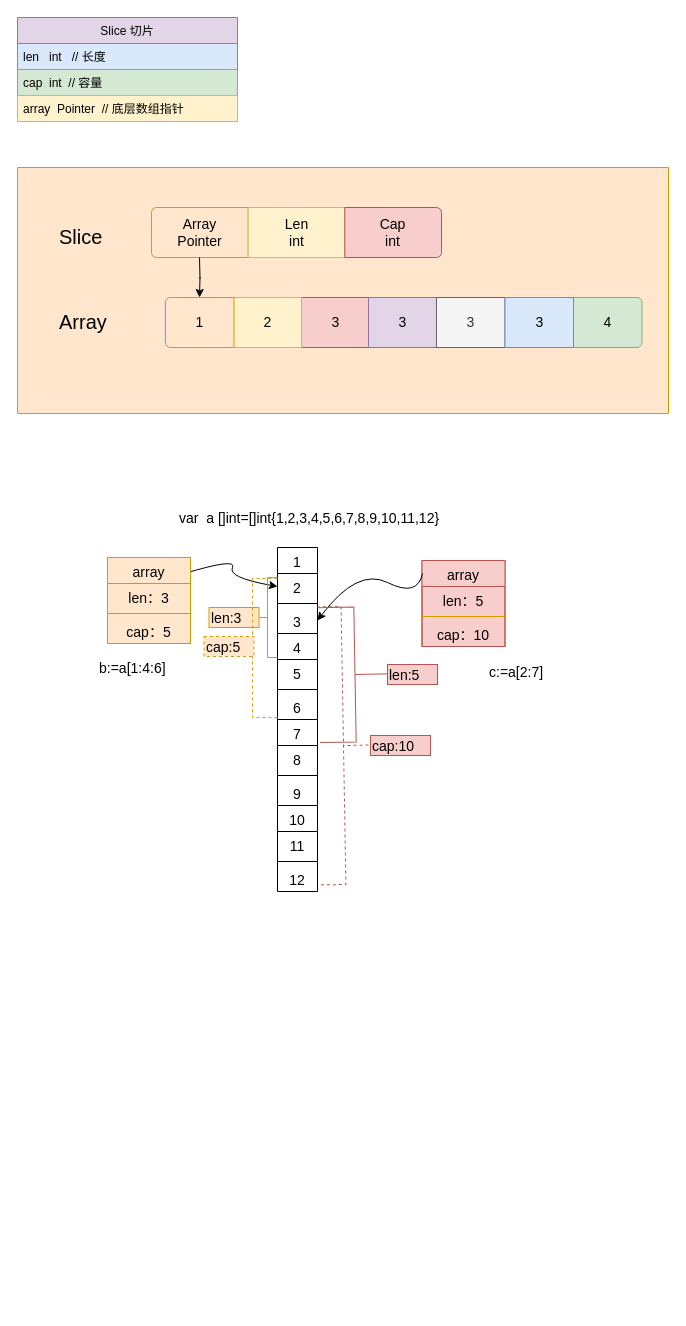
ly520/golanghalf keeps this draw.io diagram as images/slice.drawio. Above is the earlier version. Source tidied: cells renumbered, new cells numbered last; positions are measured from the earlier drawing's top-left corner, leaving out a move shared by most shapes. Both pictures are drawn from the tidied source at 100%, with x=0, y=0 at pixel (17, 17).
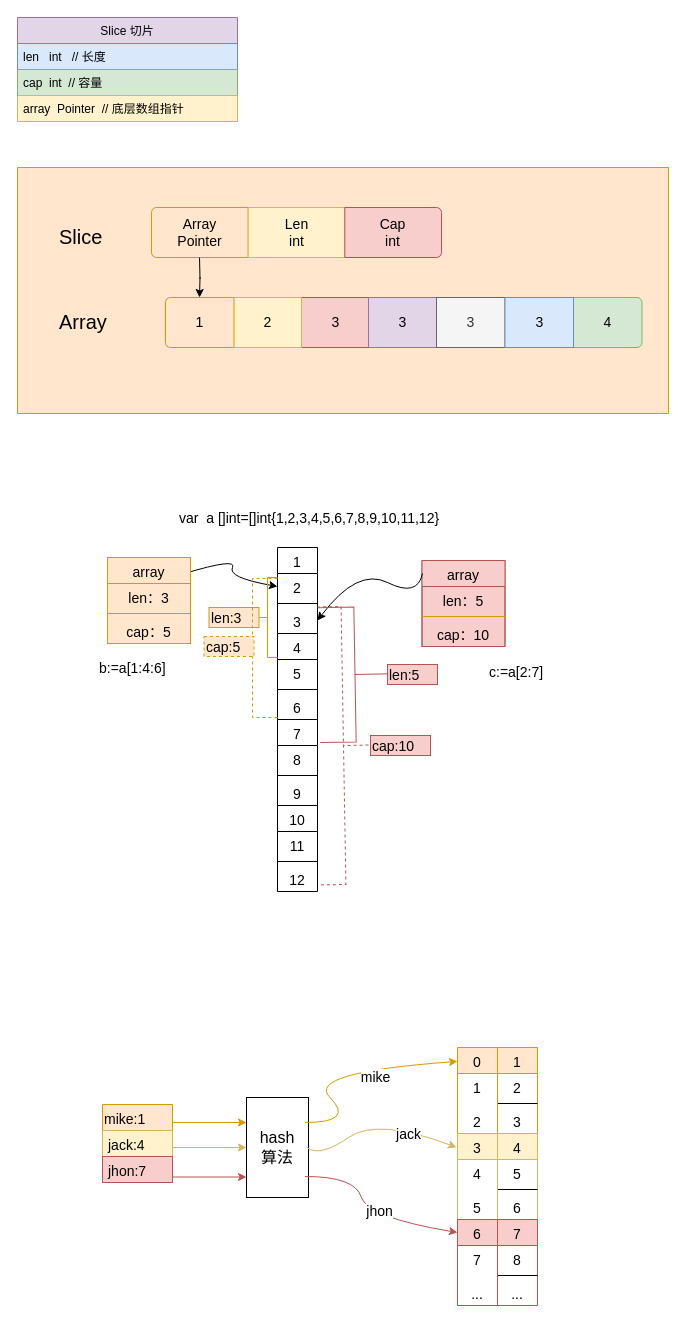
The same page after the edit.

Diff of the diagram source:
```diff
@@
+    <mxCell id="63" value="hash &lt;br style=&quot;font-size: 16px;&quot;&gt;算法" style="rounded=0;whiteSpace=wrap;html=1;fontSize=16;" parent="1" vertex="1">
+      <mxGeometry x="229" y="1080" width="62" height="100" as="geometry" />
+    </mxCell>
+    <mxCell id="64" style="group;" parent="1" vertex="1">
+      <mxGeometry x="85" y="1087" width="70" height="86" as="geometry" />
+    </mxCell>
+    <mxCell id="65" value="mike:1" style="swimlane;fontStyle=0;align=left;verticalAlign=top;horizontal=1;startSize=26;fontSize=14;fillColor=#ffe6cc;strokeColor=#d79b00;" parent="64" vertex="1">
+      <mxGeometry width="70" height="78" as="geometry" />
+    </mxCell>
+    <mxCell id="66" value="jack:4" style="text;strokeColor=#d6b656;fillColor=#fff2cc;align=left;verticalAlign=top;spacingLeft=4;spacingRight=4;overflow=hidden;fontSize=14;fontStyle=0;" parent="65" vertex="1">
+      <mxGeometry y="26" width="70" height="26" as="geometry" />
+    </mxCell>
+    <mxCell id="67" value="jhon:7" style="text;strokeColor=#b85450;fillColor=#f8cecc;align=left;verticalAlign=top;spacingLeft=4;spacingRight=4;overflow=hidden;fontSize=14;fontStyle=0;" parent="65" vertex="1">
+      <mxGeometry y="52" width="70" height="26" as="geometry" />
+    </mxCell>
+    <mxCell id="68" style="endArrow=classic;html=1;fontSize=14;entryX=0;entryY=0.25;entryDx=0;entryDy=0;fillColor=#ffe6cc;strokeColor=#d79b00;" parent="1" edge="1" target="63">
+      <mxGeometry relative="1" as="geometry">
+        <mxPoint x="155" y="1105" as="sourcePoint" />
+      </mxGeometry>
+    </mxCell>
+    <mxCell id="69" style="endArrow=classic;html=1;fontSize=14;entryX=0;entryY=0.25;entryDx=0;entryDy=0;fillColor=#fff2cc;strokeColor=#d6b656;" parent="1" edge="1">
+      <mxGeometry relative="1" as="geometry">
+        <mxPoint x="155" y="1130" as="sourcePoint" />
+        <mxPoint x="229" y="1130" as="targetPoint" />
+      </mxGeometry>
+    </mxCell>
+    <mxCell id="70" style="endArrow=classic;html=1;fontSize=14;entryX=0;entryY=0.25;entryDx=0;entryDy=0;strokeColor=#b85450;rounded=0;fillColor=#f8cecc;" parent="1" edge="1">
+      <mxGeometry relative="1" as="geometry">
+        <mxPoint x="155" y="1159.5" as="sourcePoint" />
+        <mxPoint x="229" y="1159.5" as="targetPoint" />
+      </mxGeometry>
+    </mxCell>
+    <mxCell id="71" style="curved=1;endArrow=classic;html=1;strokeColor=#d79b00;fontSize=14;entryX=0;entryY=0.054;entryDx=0;entryDy=0;entryPerimeter=0;fillColor=#ffe6cc;" parent="1" edge="1" target="90">
+      <mxGeometry relative="1" as="geometry">
+        <mxPoint x="287.5" y="1105" as="sourcePoint" />
+        <Array as="points">
+          <mxPoint x="337.5" y="1105" />
+          <mxPoint x="287.5" y="1055" />
+        </Array>
+      </mxGeometry>
+    </mxCell>
+    <mxCell id="72" value="mike" style="text;html=1;align=center;verticalAlign=middle;labelBackgroundColor=#ffffff;fontSize=14;" parent="71" vertex="1">
+      <mxGeometry x="0.39" y="-10" relative="1" as="geometry" />
+    </mxCell>
+    <mxCell id="73" style="curved=1;endArrow=classic;html=1;strokeColor=#d6b656;fontSize=14;fillColor=#fff2cc;entryX=-0.025;entryY=0.081;entryDx=0;entryDy=0;entryPerimeter=0;" parent="1" edge="1" target="94">
+      <mxGeometry relative="1" as="geometry">
+        <mxPoint x="289.5" y="1130" as="sourcePoint" />
+        <Array as="points">
+          <mxPoint x="302" y="1140" />
+          <mxPoint x="360" y="1100" />
+        </Array>
+      </mxGeometry>
+    </mxCell>
+    <mxCell id="74" value="jack" style="text;html=1;align=center;verticalAlign=middle;labelBackgroundColor=#ffffff;fontSize=14;" parent="73" vertex="1">
+      <mxGeometry x="0.42" y="-5" relative="1" as="geometry" />
+    </mxCell>
+    <mxCell id="75" style="group;" parent="1" vertex="1">
+      <mxGeometry x="440" y="1030" width="80" height="258" as="geometry" />
+    </mxCell>
+    <mxCell id="76" style="group;" parent="75" vertex="1">
+      <mxGeometry x="40" width="40" height="258" as="geometry" />
+    </mxCell>
+    <mxCell id="77" value="1" style="swimlane;fontStyle=0;align=center;verticalAlign=top;horizontal=1;startSize=26;fontSize=14;fillColor=#ffe6cc;strokeColor=#d79b00;" parent="76" vertex="1">
+      <mxGeometry width="40" height="258" as="geometry" />
+    </mxCell>
+    <mxCell id="78" value="2" style="text;strokeColor=none;fillColor=none;align=center;verticalAlign=top;spacingLeft=4;spacingRight=4;overflow=hidden;fontSize=14;" parent="77" vertex="1">
+      <mxGeometry y="26" width="40" height="26" as="geometry" />
+    </mxCell>
+    <mxCell id="79" style="line;strokeWidth=1;fillColor=none;align=center;verticalAlign=middle;spacingTop=-1;spacingLeft=3;spacingRight=3;labelPosition=right;fontSize=14;" parent="77" vertex="1">
+      <mxGeometry y="52" width="40" height="8" as="geometry" />
+    </mxCell>
+    <mxCell id="80" value="3" style="text;strokeColor=none;fillColor=none;align=center;verticalAlign=top;spacingLeft=4;spacingRight=4;overflow=hidden;fontSize=14;" parent="77" vertex="1">
+      <mxGeometry y="60" width="40" height="26" as="geometry" />
+    </mxCell>
+    <mxCell id="81" value="4" style="swimlane;fontStyle=0;align=center;verticalAlign=top;horizontal=1;startSize=26;fontSize=14;fillColor=#fff2cc;strokeColor=#d6b656;" parent="77" vertex="1">
+      <mxGeometry y="86" width="40" height="172" as="geometry" />
+    </mxCell>
+    <mxCell id="82" value="5" style="text;strokeColor=none;fillColor=none;align=center;verticalAlign=top;spacingLeft=4;spacingRight=4;overflow=hidden;fontSize=14;" parent="81" vertex="1">
+      <mxGeometry y="26" width="40" height="26" as="geometry" />
+    </mxCell>
+    <mxCell id="83" style="line;strokeWidth=1;fillColor=none;align=center;verticalAlign=middle;spacingTop=-1;spacingLeft=3;spacingRight=3;labelPosition=right;fontSize=14;" parent="81" vertex="1">
+      <mxGeometry y="52" width="40" height="8" as="geometry" />
+    </mxCell>
+    <mxCell id="84" value="6" style="text;strokeColor=none;fillColor=none;align=center;verticalAlign=top;spacingLeft=4;spacingRight=4;overflow=hidden;fontSize=14;" parent="81" vertex="1">
+      <mxGeometry y="60" width="40" height="26" as="geometry" />
+    </mxCell>
+    <mxCell id="85" value="7" style="swimlane;fontStyle=0;align=center;verticalAlign=top;horizontal=1;startSize=26;fontSize=14;fillColor=#f8cecc;strokeColor=#b85450;" parent="81" vertex="1">
+      <mxGeometry y="86" width="40" height="86" as="geometry" />
+    </mxCell>
+    <mxCell id="86" value="8" style="text;strokeColor=none;fillColor=none;align=center;verticalAlign=top;spacingLeft=4;spacingRight=4;overflow=hidden;fontSize=14;" parent="85" vertex="1">
+      <mxGeometry y="26" width="40" height="26" as="geometry" />
+    </mxCell>
+    <mxCell id="87" style="line;strokeWidth=1;fillColor=none;align=center;verticalAlign=middle;spacingTop=-1;spacingLeft=3;spacingRight=3;labelPosition=right;fontSize=14;" parent="85" vertex="1">
+      <mxGeometry y="52" width="40" height="8" as="geometry" />
+    </mxCell>
+    <mxCell id="88" value="..." style="text;strokeColor=none;fillColor=none;align=center;verticalAlign=top;spacingLeft=4;spacingRight=4;overflow=hidden;fontSize=14;" parent="85" vertex="1">
+      <mxGeometry y="60" width="40" height="26" as="geometry" />
+    </mxCell>
+    <mxCell id="89" style="group;dashed=1;dashPattern=1 4;strokeColor=none;" parent="75" vertex="1">
+      <mxGeometry width="40" height="258" as="geometry" />
+    </mxCell>
+    <mxCell id="90" value="0" style="swimlane;fontStyle=0;align=center;verticalAlign=top;horizontal=1;startSize=26;fontSize=14;strokeColor=#d79b00;fillColor=#ffe6cc;" parent="89" vertex="1">
+      <mxGeometry width="40" height="258" as="geometry" />
+    </mxCell>
+    <mxCell id="91" value="1" style="text;strokeColor=none;fillColor=none;align=center;verticalAlign=top;spacingLeft=4;spacingRight=4;overflow=hidden;fontSize=14;" parent="90" vertex="1">
+      <mxGeometry y="26" width="40" height="26" as="geometry" />
+    </mxCell>
+    <mxCell id="92" style="line;strokeWidth=1;fillColor=none;align=center;verticalAlign=middle;spacingTop=-1;spacingLeft=3;spacingRight=3;labelPosition=right;fontSize=14;strokeColor=none;" parent="90" vertex="1">
+      <mxGeometry y="52" width="40" height="8" as="geometry" />
+    </mxCell>
+    <mxCell id="93" value="2" style="text;strokeColor=none;fillColor=none;align=center;verticalAlign=top;spacingLeft=4;spacingRight=4;overflow=hidden;fontSize=14;" parent="90" vertex="1">
+      <mxGeometry y="60" width="40" height="26" as="geometry" />
+    </mxCell>
+    <mxCell id="94" value="3" style="swimlane;fontStyle=0;align=center;verticalAlign=top;horizontal=1;startSize=26;fontSize=14;strokeColor=#d6b656;fillColor=#fff2cc;" parent="90" vertex="1">
+      <mxGeometry y="86" width="40" height="172" as="geometry" />
+    </mxCell>
+    <mxCell id="95" value="4" style="text;strokeColor=none;fillColor=none;align=center;verticalAlign=top;spacingLeft=4;spacingRight=4;overflow=hidden;fontSize=14;" parent="94" vertex="1">
+      <mxGeometry y="26" width="40" height="26" as="geometry" />
+    </mxCell>
+    <mxCell id="96" style="line;strokeWidth=1;fillColor=none;align=center;verticalAlign=middle;spacingTop=-1;spacingLeft=3;spacingRight=3;labelPosition=right;fontSize=14;strokeColor=none;" parent="94" vertex="1">
+      <mxGeometry y="52" width="40" height="8" as="geometry" />
+    </mxCell>
+    <mxCell id="97" value="5" style="text;strokeColor=none;fillColor=none;align=center;verticalAlign=top;spacingLeft=4;spacingRight=4;overflow=hidden;fontSize=14;" parent="94" vertex="1">
+      <mxGeometry y="60" width="40" height="26" as="geometry" />
+    </mxCell>
+    <mxCell id="98" value="6" style="swimlane;fontStyle=0;align=center;verticalAlign=top;horizontal=1;startSize=26;fontSize=14;strokeColor=#b85450;fillColor=#f8cecc;" parent="94" vertex="1">
+      <mxGeometry y="86" width="40" height="86" as="geometry" />
+    </mxCell>
+    <mxCell id="99" value="7" style="text;strokeColor=none;fillColor=none;align=center;verticalAlign=top;spacingLeft=4;spacingRight=4;overflow=hidden;fontSize=14;" parent="98" vertex="1">
+      <mxGeometry y="26" width="40" height="26" as="geometry" />
+    </mxCell>
+    <mxCell id="100" style="line;strokeWidth=1;fillColor=none;align=center;verticalAlign=middle;spacingTop=-1;spacingLeft=3;spacingRight=3;labelPosition=right;fontSize=14;strokeColor=none;" parent="98" vertex="1">
+      <mxGeometry y="52" width="40" height="8" as="geometry" />
+    </mxCell>
+    <mxCell id="101" value="..." style="text;strokeColor=none;fillColor=none;align=center;verticalAlign=top;spacingLeft=4;spacingRight=4;overflow=hidden;fontSize=14;" parent="98" vertex="1">
+      <mxGeometry y="60" width="40" height="26" as="geometry" />
+    </mxCell>
+    <mxCell id="102" style="curved=1;endArrow=classic;html=1;strokeColor=#b85450;fontSize=14;entryX=0;entryY=0.151;entryDx=0;entryDy=0;entryPerimeter=0;fillColor=#f8cecc;" parent="1" edge="1" target="98">
+      <mxGeometry relative="1" as="geometry">
+        <mxPoint x="287.5" y="1159" as="sourcePoint" />
+        <Array as="points">
+          <mxPoint x="337.5" y="1159" />
+          <mxPoint x="350" y="1200" />
+        </Array>
+      </mxGeometry>
+    </mxCell>
+    <mxCell id="103" value="jhon" style="text;html=1;align=center;verticalAlign=middle;labelBackgroundColor=#ffffff;fontSize=14;" parent="102" vertex="1">
+      <mxGeometry x="0.12" y="8" relative="1" as="geometry" />
+    </mxCell>
```
